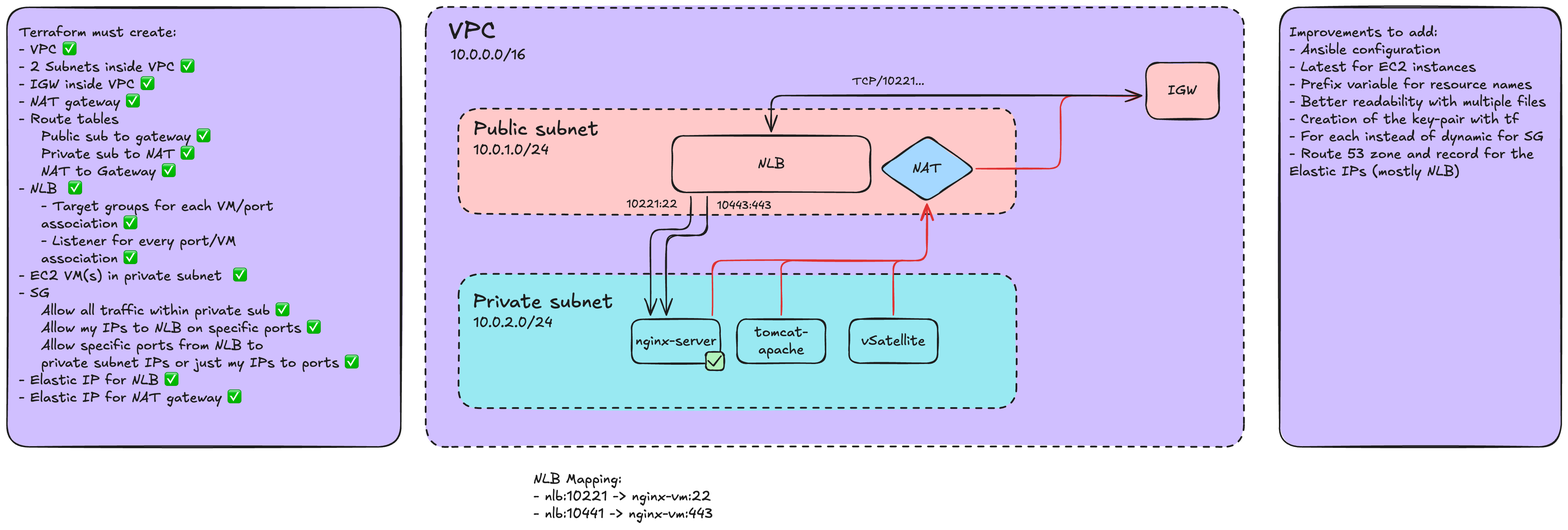
Before: docs/demo-lab.png, a diagram exported from Excalidraw (walex999/nginx-cert). Source tidied: one line per element, renumbered; positions are measured from the earlier drawing's top-left corner, leaving out a move shared by most shapes.
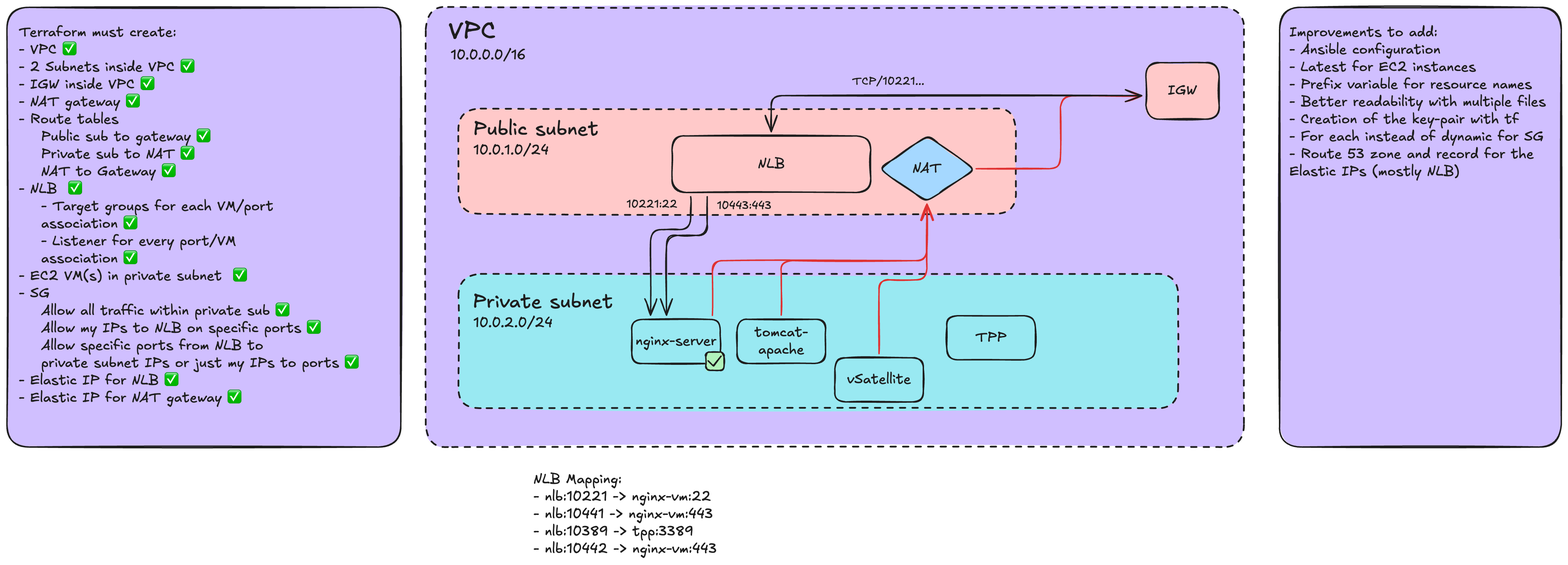
After the commit.

What changed in the source:
```diff
@@ -1,7 +1,7 @@
 {"id": 0, "type": "rectangle", "strokeColor": "#1e1e1e", "backgroundColor": "#d0bfff", "fillStyle": "solid", "strokeWidth": 2, "strokeStyle": "dashed", "roughness": 1, "round": true, "x": 602, "y": 0, "width": 1176, "height": 632}
 {"id": 1, "type": "text", "text": "VPC", "strokeColor": "#1e1e1e", "strokeWidth": 2, "roughness": 1, "fontSize": 36, "fontFamily": 5, "x": 634, "y": 13, "width": 69, "height": 45}
 {"id": 2, "type": "rectangle", "strokeColor": "#1e1e1e", "backgroundColor": "#ffc9c9", "fillStyle": "solid", "strokeWidth": 2, "strokeStyle": "dashed", "roughness": 1, "round": true, "x": 649, "y": 146, "width": 801, "height": 151}
-{"id": 3, "type": "rectangle", "strokeColor": "#1e1e1e", "backgroundColor": "#99e9f2", "fillStyle": "solid", "strokeWidth": 2, "strokeStyle": "dashed", "roughness": 1, "round": true, "x": 649, "y": 384, "width": 802, "height": 193}
+{"id": 3, "type": "rectangle", "strokeColor": "#1e1e1e", "backgroundColor": "#99e9f2", "fillStyle": "solid", "strokeWidth": 2, "strokeStyle": "dashed", "roughness": 1, "round": true, "x": 649, "y": 383, "width": 1034, "height": 193}
 {"id": 4, "type": "text", "text": "Public subnet", "strokeColor": "#1e1e1e", "strokeWidth": 2, "strokeStyle": "dashed", "roughness": 1, "fontSize": 28, "fontFamily": 5, "x": 670, "y": 159, "width": 180, "height": 35}
 {"id": 5, "type": "text", "text": "Private subnet", "strokeColor": "#1e1e1e", "strokeWidth": 2, "strokeStyle": "dashed", "roughness": 1, "fontSize": 28, "fontFamily": 5, "x": 670, "y": 407, "width": 202, "height": 35}
 {"id": 6, "type": "diamond", "strokeColor": "#1e1e1e", "backgroundColor": "#a5d8ff", "fillStyle": "solid", "strokeWidth": 2, "roughness": 1, "round": true, "x": 1253, "y": 185, "width": 138, "height": 95}
@@ -19,8 +19,8 @@
 {"id": 18, "type": "arrow", "strokeColor": "#1e1e1e", "backgroundColor": "#a5d8ff", "fillStyle": "solid", "strokeWidth": 2, "roughness": 1, "startArrowhead": "arrow", "endArrowhead": "arrow", "from": 10, "to": 12, "x": 1098, "y": 179, "width": 533, "height": 52, "points": [[0, 0], [0, -52], [533, -52]]}
 {"id": 19, "type": "rectangle", "strokeColor": "#1e1e1e", "strokeWidth": 2, "roughness": 1, "round": true, "x": 1049, "y": 449, "width": 127, "height": 63}
 {"id": 20, "type": "text", "text": "tomcat-\napache", "strokeColor": "#1e1e1e", "strokeWidth": 2, "roughness": 1, "fontSize": 20, "fontFamily": 5, "textAlign": "center", "verticalAlign": "middle", "inside": 19, "x": 1074, "y": 455, "width": 77, "height": 50}
-{"id": 21, "type": "rectangle", "strokeColor": "#1e1e1e", "strokeWidth": 2, "roughness": 1, "round": true, "x": 1210, "y": 449, "width": 127, "height": 63}
+{"id": 21, "type": "rectangle", "strokeColor": "#1e1e1e", "strokeWidth": 2, "roughness": 1, "round": true, "x": 1190, "y": 504, "width": 127, "height": 63}
-{"id": 22, "type": "text", "text": "vSatellite", "strokeColor": "#1e1e1e", "strokeWidth": 2, "roughness": 1, "fontSize": 20, "fontFamily": 5, "textAlign": "center", "verticalAlign": "middle", "inside": 21, "x": 1228, "y": 468, "width": 92, "height": 25}
+{"id": 22, "type": "text", "text": "vSatellite", "strokeColor": "#1e1e1e", "strokeWidth": 2, "roughness": 1, "fontSize": 20, "fontFamily": 5, "textAlign": "center", "verticalAlign": "middle", "inside": 21, "x": 1207, "y": 523, "width": 92, "height": 25}
 {"id": 23, "type": "rectangle", "strokeColor": "#1e1e1e", "backgroundColor": "#d0bfff", "fillStyle": "solid", "strokeWidth": 2, "roughness": 1, "round": true, "x": 0, "y": 1, "width": 566, "height": 632}
 {"id": 24, "type": "text", "text": "Terraform must create: \n- VPC ✅\n- 2 Subnets inside VPC ✅\n- IGW inside VPC ✅\n- NAT gateway ✅\n- Route tables\n    Public sub to gateway ✅ \n    Private sub to NAT ✅\n    NAT to Gateway ✅\n- NLB  ✅\n    - Target groups for each VM/port \n    association ✅\n    - Listener for every port/VM \n    association ✅\n- EC2 VM(s) in private subnet  ✅\n- SG \n    Allow all traffic within private sub ✅\n    Allow my IPs to NLB on specific ports ✅\n    Allow specific ports from NLB to\n    private subnet IPs or just my IPs to ports ✅\n- Elastic IP for NLB ✅\n- Elastic IP for NAT gateway ✅", "strokeColor": "#1e1e1e", "backgroundColor": "#a5d8ff", "fillStyle": "solid", "strokeWidth": 2, "roughness": 1, "fontSize": 20, "fontFamily": 5, "x": 17, "y": 24, "width": 533, "height": 550}
 {"id": 25, "type": "text", "text": "TCP/10221...", "strokeColor": "#1e1e1e", "backgroundColor": "#a5d8ff", "fillStyle": "solid", "strokeWidth": 1, "roughness": 1, "fontSize": 16, "fontFamily": 5, "x": 1215, "y": 98, "width": 104, "height": 20}
@@ -28,12 +28,14 @@
 {"id": 27, "type": "text", "text": "10221:22", "strokeColor": "#1e1e1e", "backgroundColor": "#a5d8ff", "fillStyle": "solid", "strokeWidth": 1, "roughness": 1, "fontSize": 16, "fontFamily": 5, "x": 890, "y": 274, "width": 73, "height": 20}
 {"id": 28, "type": "arrow", "strokeColor": "#1e1e1e", "backgroundColor": "#a5d8ff", "fillStyle": "solid", "strokeWidth": 2, "roughness": 1, "endArrowhead": "arrow", "from": 10, "to": 8, "x": 1006, "y": 272, "width": 59, "height": 170, "points": [[0, 0], [0, 56], [-59, 56], [-59, 170]]}
 {"id": 29, "type": "text", "text": "10443:443", "strokeColor": "#1e1e1e", "backgroundColor": "#a5d8ff", "fillStyle": "solid", "strokeWidth": 1, "roughness": 1, "fontSize": 16, "fontFamily": 5, "x": 1020, "y": 276, "width": 79, "height": 20}
-{"id": 30, "type": "arrow", "strokeColor": "#e03131", "backgroundColor": "#a5d8ff", "fillStyle": "solid", "strokeWidth": 2, "roughness": 1, "endArrowhead": "arrow", "from": 21, "to": 6, "x": 1274, "y": 443, "width": 48, "height": 159, "points": [[0, 0], [0, -78], [48, -78], [48, -159]]}
+{"id": 30, "type": "arrow", "strokeColor": "#e03131", "backgroundColor": "#a5d8ff", "fillStyle": "solid", "strokeWidth": 2, "roughness": 1, "endArrowhead": "arrow", "from": 21, "to": 6, "x": 1253, "y": 498, "width": 69, "height": 215, "points": [[0, 0], [0, -106], [69, -106], [69, -215]]}
 {"id": 31, "type": "arrow", "strokeColor": "#e03131", "backgroundColor": "#a5d8ff", "fillStyle": "solid", "strokeWidth": 2, "roughness": 1, "endArrowhead": "arrow", "from": 19, "to": 6, "x": 1113, "y": 443, "width": 209, "height": 160, "points": [[0, 0], [0, -78], [209, -78], [209, -160]]}
 {"id": 32, "type": "arrow", "strokeColor": "#e03131", "backgroundColor": "#a5d8ff", "fillStyle": "solid", "strokeWidth": 2, "roughness": 1, "endArrowhead": "arrow", "from": 8, "to": 6, "x": 1014, "y": 443, "width": 308, "height": 160, "points": [[0, 0], [0, -79], [308, -79], [308, -160]]}
 {"id": 33, "type": "rectangle", "strokeColor": "#1e1e1e", "backgroundColor": "#d0bfff", "fillStyle": "solid", "strokeWidth": 2, "roughness": 1, "round": true, "x": 1829, "y": 1, "width": 405, "height": 632}
 {"id": 34, "type": "text", "text": "Improvements to add:\n- Ansible configuration\n- Latest for EC2 instances\n- Prefix variable for resource names\n- Better readability with multiple files\n- Creation of the key-pair with tf\n- For each instead of dynamic for SG\n- Route 53 zone and record for the \nElastic IPs (mostly NLB)", "strokeColor": "#1e1e1e", "backgroundColor": "#a5d8ff", "fillStyle": "solid", "strokeWidth": 2, "roughness": 1, "fontSize": 20, "fontFamily": 5, "x": 1843, "y": 24, "width": 369, "height": 225}
-{"id": 35, "type": "text", "text": "NLB Mapping:\n- nlb:10221 -> nginx-vm:22\n- nlb:10441 -> nginx-vm:443", "strokeColor": "#1e1e1e", "backgroundColor": "#a5d8ff", "fillStyle": "solid", "strokeWidth": 2, "roughness": 1, "fontSize": 20, "fontFamily": 5, "x": 757, "y": 667, "width": 258, "height": 75}
+{"id": 35, "type": "text", "text": "NLB Mapping:\n- nlb:10221 -> nginx-vm:22\n- nlb:10441 -> nginx-vm:443\n- nlb:10389 -> tpp:3389\n- nlb:10442 -> nginx-vm:443", "strokeColor": "#1e1e1e", "backgroundColor": "#a5d8ff", "fillStyle": "solid", "strokeWidth": 2, "roughness": 1, "fontSize": 20, "fontFamily": 5, "x": 757, "y": 667, "width": 264, "height": 125}
 {"id": 36, "type": "rectangle", "strokeColor": "#1e1e1e", "backgroundColor": "#b2f2bb", "fillStyle": "solid", "strokeWidth": 2, "roughness": 1, "round": true, "x": 1004, "y": 496, "width": 26, "height": 26}
 {"id": 37, "type": "line", "strokeColor": "#1e1e1e", "backgroundColor": "#b2f2bb", "fillStyle": "solid", "strokeWidth": 2, "roughness": 1, "round": true, "x": 1008, "y": 508, "width": 7, "height": 7, "points": [[0, 0], [7, 7]]}
 {"id": 38, "type": "line", "strokeColor": "#1e1e1e", "backgroundColor": "#b2f2bb", "fillStyle": "solid", "strokeWidth": 2, "roughness": 1, "round": true, "x": 1016, "y": 515, "width": 11, "height": 14, "points": [[0, 0], [11, -14]]}
+{"id": 39, "type": "rectangle", "strokeColor": "#1e1e1e", "strokeWidth": 2, "roughness": 1, "round": true, "x": 1351, "y": 443, "width": 127, "height": 63}
+{"id": 40, "type": "text", "text": "TPP", "strokeColor": "#1e1e1e", "strokeWidth": 2, "roughness": 1, "fontSize": 20, "fontFamily": 5, "textAlign": "center", "verticalAlign": "middle", "inside": 39, "x": 1392, "y": 463, "width": 45, "height": 25}
```
